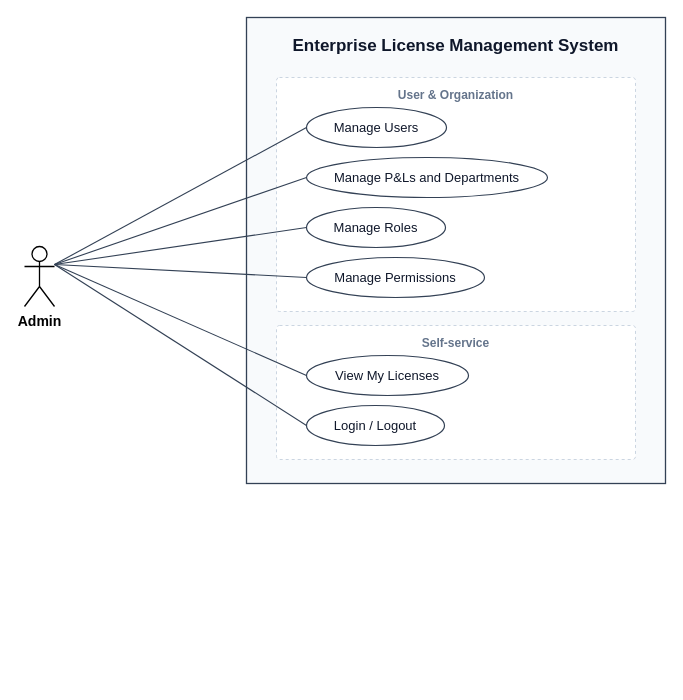
cuonglpv/VFast keeps this draw.io diagram as docs/diagrams/out/uc_admin.drawio. Above is the earlier version. Source tidied: cells renumbered, new cells numbered last; positions are measured from the earlier drawing's top-left corner, leaving out a move shared by most shapes. Both pictures are drawn from the tidied source at 100%, with x=0, y=0 at pixel (24, 17).
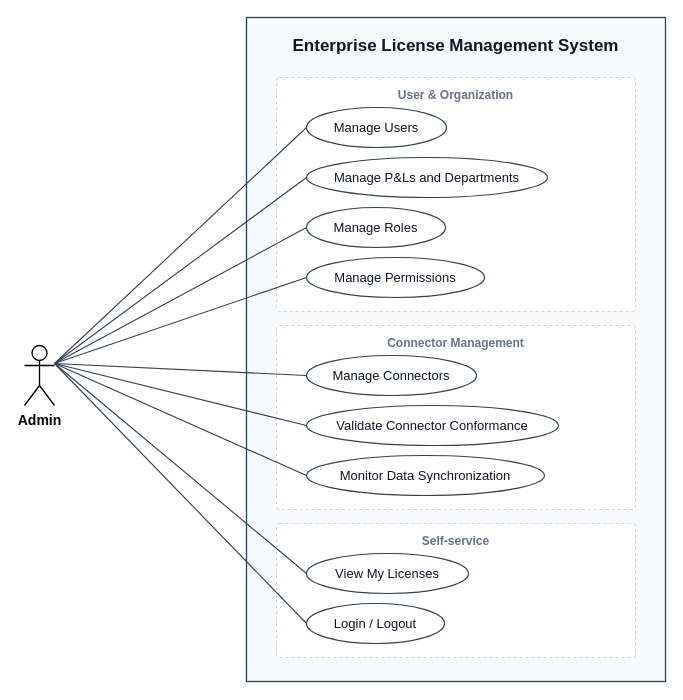
After the change.

What changed in the source:
```diff
@@
     <mxCell id="2" value="Enterprise License Management System" style="rounded=0;whiteSpace=wrap;html=1;fillColor=#F8FAFC;strokeColor=#334155;strokeWidth=1.3;verticalAlign=top;fontSize=17;fontStyle=1;fontColor=#0f172a;spacingTop=12;fontFamily=Arial;" parent="1" vertex="1">
-      <mxGeometry x="222" width="419" height="466" as="geometry" />
+      <mxGeometry x="222" width="419" height="664" as="geometry" />
     </mxCell>
@@
-    <mxCell id="4" value="Self-service" style="rounded=1;arcSize=6;absoluteArcSize=1;whiteSpace=wrap;html=1;fillColor=#ffffff;strokeColor=#CBD5E1;dashed=1;strokeWidth=1;verticalAlign=top;align=center;spacingTop=4;fontSize=12;fontStyle=1;fontColor=#64748B;fontFamily=Arial;" parent="1" vertex="1">
-      <mxGeometry x="252" y="308" width="359" height="134" as="geometry" />
+    <mxCell id="4" value="Connector Management" style="rounded=1;arcSize=6;absoluteArcSize=1;whiteSpace=wrap;html=1;fillColor=#ffffff;strokeColor=#CBD5E1;dashed=1;strokeWidth=1;verticalAlign=top;align=center;spacingTop=4;fontSize=12;fontStyle=1;fontColor=#64748B;fontFamily=Arial;" parent="1" vertex="1">
+      <mxGeometry x="252" y="308" width="359" height="184" as="geometry" />
     </mxCell>
-    <mxCell id="5" value="Manage Users" style="ellipse;whiteSpace=wrap;html=1;fillColor=#ffffff;strokeColor=#334155;strokeWidth=1.2;fontSize=13;fontColor=#0f172a;fontFamily=Arial;" parent="1" vertex="1">
-      <mxGeometry x="282" y="90" width="140" height="40" as="geometry" />
+    <mxCell id="5" value="Self-service" style="rounded=1;arcSize=6;absoluteArcSize=1;whiteSpace=wrap;html=1;fillColor=#ffffff;strokeColor=#CBD5E1;dashed=1;strokeWidth=1;verticalAlign=top;align=center;spacingTop=4;fontSize=12;fontStyle=1;fontColor=#64748B;fontFamily=Arial;" parent="1" vertex="1">
+      <mxGeometry x="252" y="506" width="359" height="134" as="geometry" />
     </mxCell>
-    <mxCell id="6" value="Manage P&amp;Ls and Departments" style="ellipse;whiteSpace=wrap;html=1;fillColor=#ffffff;strokeColor=#334155;strokeWidth=1.2;fontSize=13;fontColor=#0f172a;fontFamily=Arial;" parent="1" vertex="1">
-      <mxGeometry x="282" y="140" width="241" height="40" as="geometry" />
+    <mxCell id="6" value="Manage Users" style="ellipse;whiteSpace=wrap;html=1;fillColor=#ffffff;strokeColor=#334155;strokeWidth=1.2;fontSize=13;fontColor=#0f172a;fontFamily=Arial;" parent="1" vertex="1">
+      <mxGeometry x="282" y="90" width="140" height="40" as="geometry" />
     </mxCell>
-    <mxCell id="7" value="Manage Roles" style="ellipse;whiteSpace=wrap;html=1;fillColor=#ffffff;strokeColor=#334155;strokeWidth=1.2;fontSize=13;fontColor=#0f172a;fontFamily=Arial;" parent="1" vertex="1">
-      <mxGeometry x="282" y="190" width="139" height="40" as="geometry" />
+    <mxCell id="7" value="Manage P&amp;Ls and Departments" style="ellipse;whiteSpace=wrap;html=1;fillColor=#ffffff;strokeColor=#334155;strokeWidth=1.2;fontSize=13;fontColor=#0f172a;fontFamily=Arial;" parent="1" vertex="1">
+      <mxGeometry x="282" y="140" width="241" height="40" as="geometry" />
     </mxCell>
-    <mxCell id="8" value="Manage Permissions" style="ellipse;whiteSpace=wrap;html=1;fillColor=#ffffff;strokeColor=#334155;strokeWidth=1.2;fontSize=13;fontColor=#0f172a;fontFamily=Arial;" parent="1" vertex="1">
-      <mxGeometry x="282" y="240" width="178" height="40" as="geometry" />
+    <mxCell id="8" value="Manage Roles" style="ellipse;whiteSpace=wrap;html=1;fillColor=#ffffff;strokeColor=#334155;strokeWidth=1.2;fontSize=13;fontColor=#0f172a;fontFamily=Arial;" parent="1" vertex="1">
+      <mxGeometry x="282" y="190" width="139" height="40" as="geometry" />
     </mxCell>
-    <mxCell id="9" value="View My Licenses" style="ellipse;whiteSpace=wrap;html=1;fillColor=#ffffff;strokeColor=#334155;strokeWidth=1.2;fontSize=13;fontColor=#0f172a;fontFamily=Arial;" parent="1" vertex="1">
-      <mxGeometry x="282" y="338" width="162" height="40" as="geometry" />
+    <mxCell id="9" value="Manage Permissions" style="ellipse;whiteSpace=wrap;html=1;fillColor=#ffffff;strokeColor=#334155;strokeWidth=1.2;fontSize=13;fontColor=#0f172a;fontFamily=Arial;" parent="1" vertex="1">
+      <mxGeometry x="282" y="240" width="178" height="40" as="geometry" />
     </mxCell>
-    <mxCell id="10" value="Login / Logout" style="ellipse;whiteSpace=wrap;html=1;fillColor=#ffffff;strokeColor=#334155;strokeWidth=1.2;fontSize=13;fontColor=#0f172a;fontFamily=Arial;" parent="1" vertex="1">
-      <mxGeometry x="282" y="388" width="138" height="40" as="geometry" />
+    <mxCell id="10" value="Manage Connectors" style="ellipse;whiteSpace=wrap;html=1;fillColor=#ffffff;strokeColor=#334155;strokeWidth=1.2;fontSize=13;fontColor=#0f172a;fontFamily=Arial;" parent="1" vertex="1">
+      <mxGeometry x="282" y="338" width="170" height="40" as="geometry" />
     </mxCell>
-    <mxCell id="11" value="Admin" style="shape=umlActor;verticalLabelPosition=bottom;verticalAlign=top;html=1;outlineConnect=0;fontSize=14;fontStyle=1;fontFamily=Arial;strokeWidth=1.3;" parent="1" vertex="1">
-      <mxGeometry y="229" width="30" height="60" as="geometry" />
+    <mxCell id="11" value="Validate Connector Conformance" style="ellipse;whiteSpace=wrap;html=1;fillColor=#ffffff;strokeColor=#334155;strokeWidth=1.2;fontSize=13;fontColor=#0f172a;fontFamily=Arial;" parent="1" vertex="1">
+      <mxGeometry x="282" y="388" width="252" height="40" as="geometry" />
     </mxCell>
-    <mxCell id="12" style="endArrow=none;html=1;rounded=0;strokeColor=#334155;strokeWidth=1.1;exitX=1;exitY=0.3;exitDx=0;exitDy=0;exitPerimeter=0;entryX=0;entryY=0.5;entryDx=0;entryDy=0;" parent="1" edge="1" source="11" target="5">
-      <mxGeometry relative="1" as="geometry" />
+    <mxCell id="12" value="Monitor Data Synchronization" style="ellipse;whiteSpace=wrap;html=1;fillColor=#ffffff;strokeColor=#334155;strokeWidth=1.2;fontSize=13;fontColor=#0f172a;fontFamily=Arial;" parent="1" vertex="1">
+      <mxGeometry x="282" y="438" width="238" height="40" as="geometry" />
     </mxCell>
-    <mxCell id="13" style="endArrow=none;html=1;rounded=0;strokeColor=#334155;strokeWidth=1.1;exitX=1;exitY=0.3;exitDx=0;exitDy=0;exitPerimeter=0;entryX=0;entryY=0.5;entryDx=0;entryDy=0;" parent="1" edge="1" source="11" target="6">
-      <mxGeometry relative="1" as="geometry" />
+    <mxCell id="13" value="View My Licenses" style="ellipse;whiteSpace=wrap;html=1;fillColor=#ffffff;strokeColor=#334155;strokeWidth=1.2;fontSize=13;fontColor=#0f172a;fontFamily=Arial;" parent="1" vertex="1">
+      <mxGeometry x="282" y="536" width="162" height="40" as="geometry" />
     </mxCell>
-    <mxCell id="14" style="endArrow=none;html=1;rounded=0;strokeColor=#334155;strokeWidth=1.1;exitX=1;exitY=0.3;exitDx=0;exitDy=0;exitPerimeter=0;entryX=0;entryY=0.5;entryDx=0;entryDy=0;" parent="1" edge="1" source="11" target="7">
-      <mxGeometry relative="1" as="geometry" />
+    <mxCell id="14" value="Login / Logout" style="ellipse;whiteSpace=wrap;html=1;fillColor=#ffffff;strokeColor=#334155;strokeWidth=1.2;fontSize=13;fontColor=#0f172a;fontFamily=Arial;" parent="1" vertex="1">
+      <mxGeometry x="282" y="586" width="138" height="40" as="geometry" />
     </mxCell>
-    <mxCell id="15" style="endArrow=none;html=1;rounded=0;strokeColor=#334155;strokeWidth=1.1;exitX=1;exitY=0.3;exitDx=0;exitDy=0;exitPerimeter=0;entryX=0;entryY=0.5;entryDx=0;entryDy=0;" parent="1" edge="1" source="11" target="8">
-      <mxGeometry relative="1" as="geometry" />
+    <mxCell id="15" value="Admin" style="shape=umlActor;verticalLabelPosition=bottom;verticalAlign=top;html=1;outlineConnect=0;fontSize=14;fontStyle=1;fontFamily=Arial;strokeWidth=1.3;" parent="1" vertex="1">
+      <mxGeometry y="328" width="30" height="60" as="geometry" />
     </mxCell>
-    <mxCell id="16" style="endArrow=none;html=1;rounded=0;strokeColor=#334155;strokeWidth=1.1;exitX=1;exitY=0.3;exitDx=0;exitDy=0;exitPerimeter=0;entryX=0;entryY=0.5;entryDx=0;entryDy=0;" parent="1" edge="1" source="11" target="9">
+    <mxCell id="16" style="endArrow=none;html=1;rounded=0;strokeColor=#334155;strokeWidth=1.1;exitX=1;exitY=0.3;exitDx=0;exitDy=0;exitPerimeter=0;entryX=0;entryY=0.5;entryDx=0;entryDy=0;" parent="1" edge="1" source="15" target="6">
       <mxGeometry relative="1" as="geometry" />
     </mxCell>
-    <mxCell id="17" style="endArrow=none;html=1;rounded=0;strokeColor=#334155;strokeWidth=1.1;exitX=1;exitY=0.3;exitDx=0;exitDy=0;exitPerimeter=0;entryX=0;entryY=0.5;entryDx=0;entryDy=0;" parent="1" edge="1" source="11" target="10">
+    <mxCell id="17" style="endArrow=none;html=1;rounded=0;strokeColor=#334155;strokeWidth=1.1;exitX=1;exitY=0.3;exitDx=0;exitDy=0;exitPerimeter=0;entryX=0;entryY=0.5;entryDx=0;entryDy=0;" parent="1" edge="1" source="15" target="7">
       <mxGeometry relative="1" as="geometry" />
     </mxCell>
+    <mxCell id="18" style="endArrow=none;html=1;rounded=0;strokeColor=#334155;strokeWidth=1.1;exitX=1;exitY=0.3;exitDx=0;exitDy=0;exitPerimeter=0;entryX=0;entryY=0.5;entryDx=0;entryDy=0;" parent="1" edge="1" source="15" target="8">
+      <mxGeometry relative="1" as="geometry" />
+    </mxCell>
+    <mxCell id="19" style="endArrow=none;html=1;rounded=0;strokeColor=#334155;strokeWidth=1.1;exitX=1;exitY=0.3;exitDx=0;exitDy=0;exitPerimeter=0;entryX=0;entryY=0.5;entryDx=0;entryDy=0;" parent="1" edge="1" source="15" target="9">
+      <mxGeometry relative="1" as="geometry" />
+    </mxCell>
+    <mxCell id="20" style="endArrow=none;html=1;rounded=0;strokeColor=#334155;strokeWidth=1.1;exitX=1;exitY=0.3;exitDx=0;exitDy=0;exitPerimeter=0;entryX=0;entryY=0.5;entryDx=0;entryDy=0;" parent="1" edge="1" source="15" target="10">
+      <mxGeometry relative="1" as="geometry" />
+    </mxCell>
+    <mxCell id="21" style="endArrow=none;html=1;rounded=0;strokeColor=#334155;strokeWidth=1.1;exitX=1;exitY=0.3;exitDx=0;exitDy=0;exitPerimeter=0;entryX=0;entryY=0.5;entryDx=0;entryDy=0;" parent="1" edge="1" source="15" target="11">
+      <mxGeometry relative="1" as="geometry" />
+    </mxCell>
+    <mxCell id="22" style="endArrow=none;html=1;rounded=0;strokeColor=#334155;strokeWidth=1.1;exitX=1;exitY=0.3;exitDx=0;exitDy=0;exitPerimeter=0;entryX=0;entryY=0.5;entryDx=0;entryDy=0;" parent="1" edge="1" source="15" target="12">
+      <mxGeometry relative="1" as="geometry" />
+    </mxCell>
+    <mxCell id="23" style="endArrow=none;html=1;rounded=0;strokeColor=#334155;strokeWidth=1.1;exitX=1;exitY=0.3;exitDx=0;exitDy=0;exitPerimeter=0;entryX=0;entryY=0.5;entryDx=0;entryDy=0;" parent="1" edge="1" source="15" target="13">
+      <mxGeometry relative="1" as="geometry" />
+    </mxCell>
+    <mxCell id="24" style="endArrow=none;html=1;rounded=0;strokeColor=#334155;strokeWidth=1.1;exitX=1;exitY=0.3;exitDx=0;exitDy=0;exitPerimeter=0;entryX=0;entryY=0.5;entryDx=0;entryDy=0;" parent="1" edge="1" source="15" target="14">
+      <mxGeometry relative="1" as="geometry" />
+    </mxCell>
```
